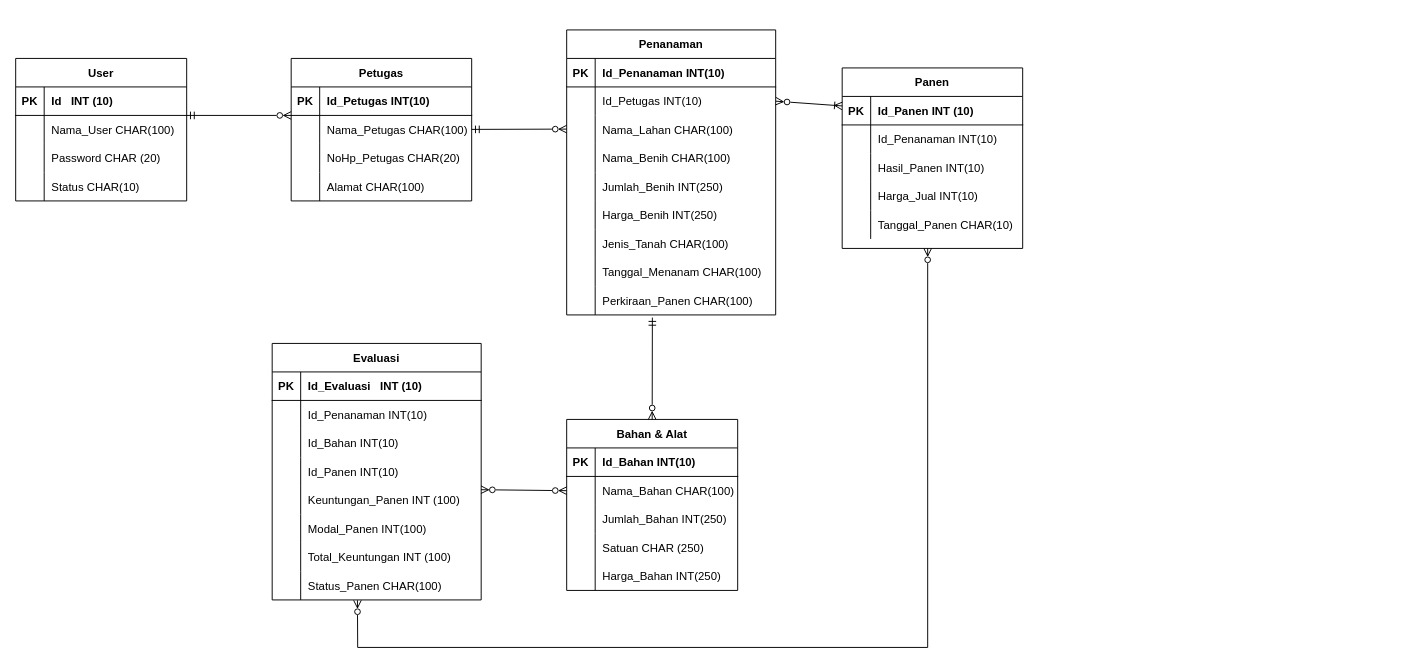
Before: pertemuan 3/Pertemuan 3.drawio in ramabhagadhara/IF214002, a draw.io diagram. Source tidied: cells renumbered, new cells numbered last; positions are measured from the earlier drawing's top-left corner, leaving out a move shared by most shapes. Both pictures are drawn from the tidied source at 95%, with x=0, y=0 at pixel (15, 29).
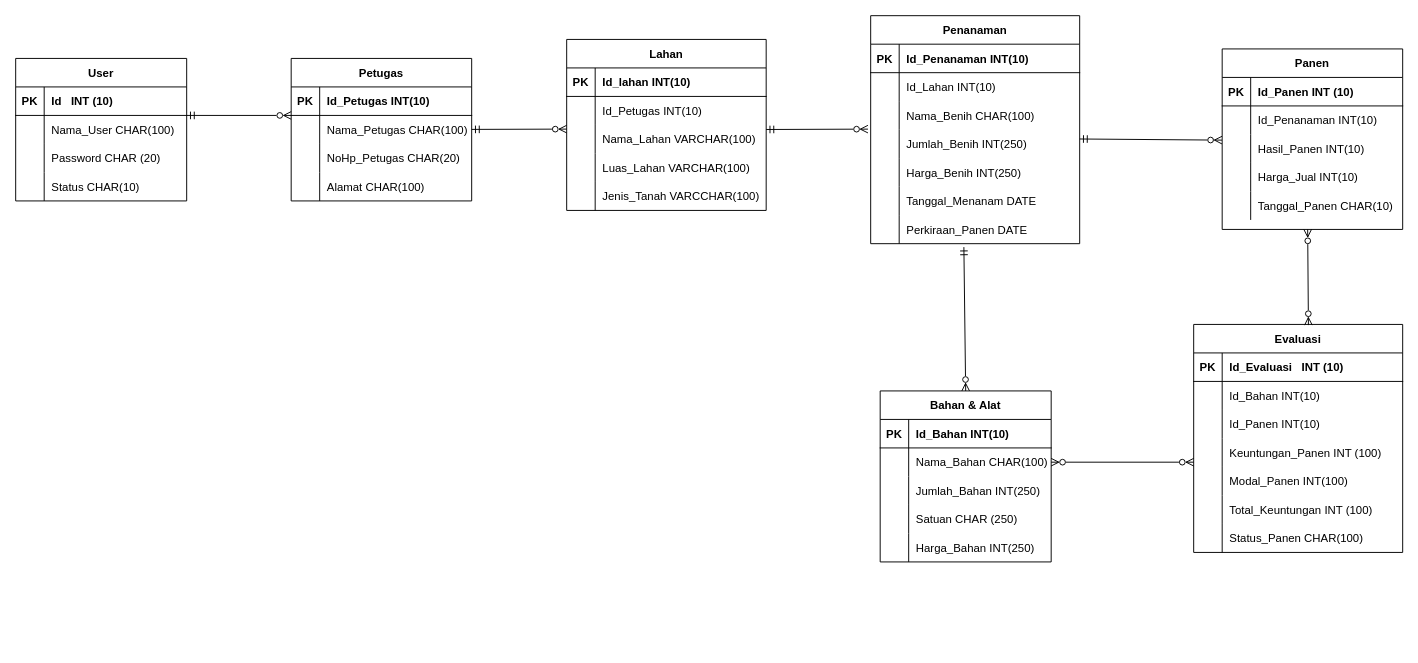
The same diagram, later.

Unchanged cells that the change refers to:
```xml
<mxCell id="9" style="shape=tableRow;horizontal=0;startSize=0;swimlaneHead=0;swimlaneBody=0;fillColor=none;points=[[0,0.5],[1,0.5]];portConstraint=eastwest;top=0;left=0;right=0;bottom=0;" parent="2" vertex="1">
  <mxGeometry y="90" width="190" height="30" as="geometry" />
</mxCell>
<mxCell id="22" style="shape=tableRow;horizontal=0;startSize=0;swimlaneHead=0;swimlaneBody=0;fillColor=none;points=[[0,0.5],[1,0.5]];portConstraint=eastwest;top=0;left=0;right=0;bottom=0;" parent="18" vertex="1">
  <mxGeometry y="60" width="220" height="30" as="geometry" />
</mxCell>
<mxCell id="76" style="shape=tableRow;horizontal=0;startSize=0;swimlaneHead=0;swimlaneBody=0;fillColor=none;points=[[0,0.5],[1,0.5]];portConstraint=eastwest;top=0;left=0;right=0;bottom=0;" parent="72" vertex="1">
  <mxGeometry y="60" width="180" height="30" as="geometry" />
</mxCell>
```

Change to the diagram source:
```diff
@@
     <mxCell id="2" value="Panen" style="shape=table;startSize=30;childLayout=tableLayout;rowLines=0;fontStyle=1;align=center;" parent="1" vertex="1">
-      <mxGeometry x="870" y="40" width="190" height="190" as="geometry" />
+      <mxGeometry x="1270" y="20" width="190" height="190" as="geometry" />
     </mxCell>
@@
     <mxCell id="18" value="Penanaman" style="shape=table;startSize=30;childLayout=tableLayout;rowLines=0;fontStyle=1;align=center;" parent="1" vertex="1">
-      <mxGeometry x="580" width="220" height="300" as="geometry" />
+      <mxGeometry x="900" y="-15" width="220" height="240" as="geometry" />
     </mxCell>
@@
-    <mxCell id="24" value="Id_Petugas INT(10)" style="shape=partialRectangle;fillColor=none;top=0;left=0;bottom=0;right=0;align=left;spacingLeft=6;overflow=hidden;" parent="22" vertex="1">
+    <mxCell id="24" value="Id_Lahan INT(10)" style="shape=partialRectangle;fillColor=none;top=0;left=0;bottom=0;right=0;align=left;spacingLeft=6;overflow=hidden;" parent="22" vertex="1">
       <mxGeometry x="30" width="190" height="30" as="geometry" />
     </mxCell>
-    <mxCell id="25" style="shape=tableRow;horizontal=0;startSize=0;swimlaneHead=0;swimlaneBody=0;fillColor=none;top=0;left=0;right=0;bottom=0;" parent="18" vertex="1">
-      <mxGeometry y="90" width="220" height="30" as="geometry" />
-    </mxCell>
-    <mxCell id="26" style="shape=partialRectangle;fillColor=none;top=0;left=0;bottom=0;right=0;overflow=hidden;" parent="25" vertex="1">
-      <mxGeometry width="30" height="30" as="geometry" />
-    </mxCell>
-    <mxCell id="27" value="Nama_Lahan CHAR(100)" style="shape=partialRectangle;fillColor=none;top=0;left=0;bottom=0;right=0;align=left;spacingLeft=6;overflow=hidden;" parent="25" vertex="1">
-      <mxGeometry x="30" width="190" height="30" as="geometry" />
-    </mxCell>
     <mxCell id="28" style="shape=tableRow;horizontal=0;startSize=0;swimlaneHead=0;swimlaneBody=0;fillColor=none;points=[[0,0.5],[1,0.5]];portConstraint=eastwest;top=0;left=0;right=0;bottom=0;" parent="18" vertex="1">
-      <mxGeometry y="120" width="220" height="30" as="geometry" />
+      <mxGeometry y="90" width="220" height="30" as="geometry" />
     </mxCell>
@@
     <mxCell id="31" style="shape=tableRow;horizontal=0;startSize=0;swimlaneHead=0;swimlaneBody=0;fillColor=none;top=0;left=0;right=0;bottom=0;" parent="18" vertex="1">
-      <mxGeometry y="150" width="220" height="30" as="geometry" />
+      <mxGeometry y="120" width="220" height="30" as="geometry" />
     </mxCell>
@@
     <mxCell id="34" style="shape=tableRow;horizontal=0;startSize=0;swimlaneHead=0;swimlaneBody=0;fillColor=none;top=0;left=0;right=0;bottom=0;" parent="18" vertex="1">
-      <mxGeometry y="180" width="220" height="30" as="geometry" />
+      <mxGeometry y="150" width="220" height="30" as="geometry" />
     </mxCell>
@@
-    <mxCell id="37" style="shape=tableRow;horizontal=0;startSize=0;swimlaneHead=0;swimlaneBody=0;fillColor=none;top=0;left=0;right=0;bottom=0;" parent="18" vertex="1">
-      <mxGeometry y="210" width="220" height="30" as="geometry" />
-    </mxCell>
-    <mxCell id="38" style="shape=partialRectangle;fillColor=none;top=0;left=0;bottom=0;right=0;overflow=hidden;" parent="37" vertex="1">
-      <mxGeometry width="30" height="30" as="geometry" />
-    </mxCell>
-    <mxCell id="39" value="Jenis_Tanah CHAR(100)" style="shape=partialRectangle;fillColor=none;top=0;left=0;bottom=0;right=0;align=left;spacingLeft=6;overflow=hidden;" parent="37" vertex="1">
-      <mxGeometry x="30" width="190" height="30" as="geometry" />
-    </mxCell>
     <mxCell id="40" style="shape=tableRow;horizontal=0;startSize=0;swimlaneHead=0;swimlaneBody=0;fillColor=none;top=0;left=0;right=0;bottom=0;" parent="18" vertex="1">
-      <mxGeometry y="240" width="220" height="30" as="geometry" />
+      <mxGeometry y="180" width="220" height="30" as="geometry" />
     </mxCell>
@@
-    <mxCell id="42" value="Tanggal_Menanam CHAR(100)" style="shape=partialRectangle;fillColor=none;top=0;left=0;bottom=0;right=0;align=left;spacingLeft=6;overflow=hidden;" parent="40" vertex="1">
+    <mxCell id="42" value="Tanggal_Menanam DATE" style="shape=partialRectangle;fillColor=none;top=0;left=0;bottom=0;right=0;align=left;spacingLeft=6;overflow=hidden;" parent="40" vertex="1">
       <mxGeometry x="30" width="190" height="30" as="geometry" />
     </mxCell>
     <mxCell id="43" style="shape=tableRow;horizontal=0;startSize=0;swimlaneHead=0;swimlaneBody=0;fillColor=none;points=[[0,0.5],[1,0.5]];portConstraint=eastwest;top=0;left=0;right=0;bottom=0;" parent="18" vertex="1">
-      <mxGeometry y="270" width="220" height="30" as="geometry" />
+      <mxGeometry y="210" width="220" height="30" as="geometry" />
     </mxCell>
@@
-    <mxCell id="45" value="Perkiraan_Panen CHAR(100)" style="shape=partialRectangle;fillColor=none;top=0;left=0;bottom=0;right=0;align=left;spacingLeft=6;overflow=hidden;" parent="43" vertex="1">
+    <mxCell id="45" value="Perkiraan_Panen DATE" style="shape=partialRectangle;fillColor=none;top=0;left=0;bottom=0;right=0;align=left;spacingLeft=6;overflow=hidden;" parent="43" vertex="1">
       <mxGeometry x="30" width="190" height="30" as="geometry" />
     </mxCell>
@@
     <mxCell id="72" value="Bahan &amp; Alat" style="shape=table;startSize=30;childLayout=tableLayout;rowLines=0;fontStyle=1;align=center;" parent="1" vertex="1">
-      <mxGeometry x="580" y="410" width="180" height="180" as="geometry" />
+      <mxGeometry x="910" y="380" width="180" height="180" as="geometry" />
     </mxCell>
@@
-    <mxCell id="90" style="endArrow=ERoneToMany;startArrow=ERzeroToMany;html=1;rounded=0;startFill=0;endFill=0;exitX=1;exitY=0.5;exitDx=0;exitDy=0;" parent="1" edge="1" source="22">
-      <mxGeometry relative="1" as="geometry">
-        <mxPoint x="870" y="80" as="targetPoint" />
-      </mxGeometry>
-    </mxCell>
-    <mxCell id="91" style="endArrow=ERzeroToMany;startArrow=ERmandOne;html=1;rounded=0;startFill=0;endFill=0;exitX=0.41;exitY=1.094;exitDx=0;exitDy=0;exitPerimeter=0;entryX=0.5;entryY=0;entryDx=0;entryDy=0;" parent="1" edge="1" source="43" target="72">
-      <mxGeometry relative="1" as="geometry" />
-    </mxCell>
     <mxCell id="92" value="Evaluasi" style="shape=table;startSize=30;childLayout=tableLayout;rowLines=0;fontStyle=1;align=center;" parent="1" vertex="1">
-      <mxGeometry x="270" y="330" width="220" height="270" as="geometry" />
+      <mxGeometry x="1240" y="310" width="220" height="240" as="geometry" />
     </mxCell>
@@
-    <mxCell id="96" style="shape=tableRow;horizontal=0;startSize=0;swimlaneHead=0;swimlaneBody=0;fillColor=none;top=0;left=0;right=0;bottom=0;" parent="92" vertex="1">
-      <mxGeometry y="60" width="220" height="30" as="geometry" />
-    </mxCell>
-    <mxCell id="97" style="shape=partialRectangle;fillColor=none;top=0;left=0;bottom=0;right=0;overflow=hidden;" parent="96" vertex="1">
-      <mxGeometry width="30" height="30" as="geometry" />
-    </mxCell>
-    <mxCell id="98" value="Id_Penanaman INT(10)" style="shape=partialRectangle;fillColor=none;top=0;left=0;bottom=0;right=0;align=left;spacingLeft=6;overflow=hidden;" parent="96" vertex="1">
-      <mxGeometry x="30" width="190" height="30" as="geometry" />
-    </mxCell>
     <mxCell id="99" style="shape=tableRow;horizontal=0;startSize=0;swimlaneHead=0;swimlaneBody=0;fillColor=none;top=0;left=0;right=0;bottom=0;" parent="92" vertex="1">
-      <mxGeometry y="90" width="220" height="30" as="geometry" />
+      <mxGeometry y="60" width="220" height="30" as="geometry" />
     </mxCell>
@@
     <mxCell id="102" style="shape=tableRow;horizontal=0;startSize=0;swimlaneHead=0;swimlaneBody=0;fillColor=none;top=0;left=0;right=0;bottom=0;" parent="92" vertex="1">
-      <mxGeometry y="120" width="220" height="30" as="geometry" />
+      <mxGeometry y="90" width="220" height="30" as="geometry" />
     </mxCell>
@@
     <mxCell id="105" style="shape=tableRow;horizontal=0;startSize=0;swimlaneHead=0;swimlaneBody=0;fillColor=none;points=[[0,0.5],[1,0.5]];portConstraint=eastwest;top=0;left=0;right=0;bottom=0;" parent="92" vertex="1">
-      <mxGeometry y="150" width="220" height="30" as="geometry" />
+      <mxGeometry y="120" width="220" height="30" as="geometry" />
     </mxCell>
@@
     <mxCell id="108" style="shape=tableRow;horizontal=0;startSize=0;swimlaneHead=0;swimlaneBody=0;fillColor=none;top=0;left=0;right=0;bottom=0;" parent="92" vertex="1">
-      <mxGeometry y="180" width="220" height="30" as="geometry" />
+      <mxGeometry y="150" width="220" height="30" as="geometry" />
     </mxCell>
@@
     <mxCell id="111" style="shape=tableRow;horizontal=0;startSize=0;swimlaneHead=0;swimlaneBody=0;fillColor=none;top=0;left=0;right=0;bottom=0;" parent="92" vertex="1">
-      <mxGeometry y="210" width="220" height="30" as="geometry" />
+      <mxGeometry y="180" width="220" height="30" as="geometry" />
     </mxCell>
@@
     <mxCell id="114" style="shape=tableRow;horizontal=0;startSize=0;swimlaneHead=0;swimlaneBody=0;fillColor=none;points=[[0,0.5],[1,0.5]];portConstraint=eastwest;top=0;left=0;right=0;bottom=0;" parent="92" vertex="1">
-      <mxGeometry y="240" width="220" height="30" as="geometry" />
+      <mxGeometry y="210" width="220" height="30" as="geometry" />
     </mxCell>
@@
-    <mxCell id="117" style="endArrow=ERzeroToMany;html=1;rounded=0;entryX=0;entryY=0.5;entryDx=0;entryDy=0;endFill=0;startArrow=ERzeroToMany;startFill=0;exitX=0.999;exitY=0.133;exitDx=0;exitDy=0;exitPerimeter=0;" parent="1" edge="1" source="105" target="76">
-      <mxGeometry relative="1" as="geometry" />
-    </mxCell>
-    <mxCell id="118" style="endArrow=ERzeroToMany;html=1;rounded=0;endFill=0;" parent="1" edge="1">
-      <mxGeometry relative="1" as="geometry">
-        <mxPoint x="960" y="650" as="sourcePoint" />
-        <mxPoint x="960" y="230" as="targetPoint" />
-      </mxGeometry>
-    </mxCell>
-    <mxCell id="119" style="endArrow=none;html=1;rounded=0;" parent="1" edge="1">
-      <mxGeometry relative="1" as="geometry">
-        <mxPoint x="360" y="650" as="sourcePoint" />
-        <mxPoint x="960" y="650" as="targetPoint" />
-      </mxGeometry>
-    </mxCell>
-    <mxCell id="120" style="endArrow=ERzeroToMany;html=1;rounded=0;startArrow=none;startFill=0;endFill=0;entryX=0.408;entryY=1.014;entryDx=0;entryDy=0;entryPerimeter=0;" parent="1" edge="1" target="114">
-      <mxGeometry relative="1" as="geometry">
-        <mxPoint x="360" y="650" as="sourcePoint" />
-      </mxGeometry>
-    </mxCell>
+    <mxCell id="121" value="Lahan" style="shape=table;startSize=30;childLayout=tableLayout;rowLines=0;fontStyle=1;align=center;" parent="1" vertex="1">
+      <mxGeometry x="580" y="10" width="210" height="180" as="geometry" />
+    </mxCell>
+    <mxCell id="122" style="shape=tableRow;horizontal=0;startSize=0;swimlaneHead=0;swimlaneBody=0;fillColor=none;top=0;left=0;right=0;bottom=1;" parent="121" vertex="1">
+      <mxGeometry y="30" width="210" height="30" as="geometry" />
+    </mxCell>
+    <mxCell id="123" value="PK" style="shape=partialRectangle;fillColor=none;top=0;left=0;bottom=0;right=0;fontStyle=1;overflow=hidden;" parent="122" vertex="1">
+      <mxGeometry width="30" height="30" as="geometry" />
+    </mxCell>
+    <mxCell id="124" value="Id_lahan INT(10)" style="shape=partialRectangle;fillColor=none;top=0;left=0;bottom=0;right=0;align=left;spacingLeft=6;fontStyle=1;overflow=hidden;" parent="122" vertex="1">
+      <mxGeometry x="30" width="180" height="30" as="geometry" />
+    </mxCell>
+    <mxCell id="125" style="shape=tableRow;horizontal=0;startSize=0;swimlaneHead=0;swimlaneBody=0;fillColor=none;top=0;left=0;right=0;bottom=0;" parent="121" vertex="1">
+      <mxGeometry y="60" width="210" height="30" as="geometry" />
+    </mxCell>
+    <mxCell id="126" style="shape=partialRectangle;fillColor=none;top=0;left=0;bottom=0;right=0;overflow=hidden;" parent="125" vertex="1">
+      <mxGeometry width="30" height="30" as="geometry" />
+    </mxCell>
+    <mxCell id="127" value="Id_Petugas INT(10)" style="shape=partialRectangle;fillColor=none;top=0;left=0;bottom=0;right=0;align=left;spacingLeft=6;overflow=hidden;" parent="125" vertex="1">
+      <mxGeometry x="30" width="180" height="30" as="geometry" />
+    </mxCell>
+    <mxCell id="128" style="shape=tableRow;horizontal=0;startSize=0;swimlaneHead=0;swimlaneBody=0;fillColor=none;top=0;left=0;right=0;bottom=0;" parent="121" vertex="1">
+      <mxGeometry y="90" width="210" height="30" as="geometry" />
+    </mxCell>
+    <mxCell id="129" style="shape=partialRectangle;fillColor=none;top=0;left=0;bottom=0;right=0;overflow=hidden;" parent="128" vertex="1">
+      <mxGeometry width="30" height="30" as="geometry" />
+    </mxCell>
+    <mxCell id="130" value="Nama_Lahan VARCHAR(100)" style="shape=partialRectangle;fillColor=none;top=0;left=0;bottom=0;right=0;align=left;spacingLeft=6;overflow=hidden;" parent="128" vertex="1">
+      <mxGeometry x="30" width="180" height="30" as="geometry" />
+    </mxCell>
+    <mxCell id="131" style="shape=tableRow;horizontal=0;startSize=0;swimlaneHead=0;swimlaneBody=0;fillColor=none;top=0;left=0;right=0;bottom=0;" parent="121" vertex="1">
+      <mxGeometry y="120" width="210" height="30" as="geometry" />
+    </mxCell>
+    <mxCell id="132" style="shape=partialRectangle;fillColor=none;top=0;left=0;bottom=0;right=0;overflow=hidden;" parent="131" vertex="1">
+      <mxGeometry width="30" height="30" as="geometry" />
+    </mxCell>
+    <mxCell id="133" value="Luas_Lahan VARCHAR(100)" style="shape=partialRectangle;fillColor=none;top=0;left=0;bottom=0;right=0;align=left;spacingLeft=6;overflow=hidden;" parent="131" vertex="1">
+      <mxGeometry x="30" width="180" height="30" as="geometry" />
+    </mxCell>
+    <mxCell id="134" style="shape=tableRow;horizontal=0;startSize=0;swimlaneHead=0;swimlaneBody=0;fillColor=none;top=0;left=0;right=0;bottom=0;" parent="121" vertex="1">
+      <mxGeometry y="150" width="210" height="30" as="geometry" />
+    </mxCell>
+    <mxCell id="135" style="shape=partialRectangle;fillColor=none;top=0;left=0;bottom=0;right=0;overflow=hidden;" parent="134" vertex="1">
+      <mxGeometry width="30" height="30" as="geometry" />
+    </mxCell>
+    <mxCell id="136" value="Jenis_Tanah VARCCHAR(100)" style="shape=partialRectangle;fillColor=none;top=0;left=0;bottom=0;right=0;align=left;spacingLeft=6;overflow=hidden;" parent="134" vertex="1">
+      <mxGeometry x="30" width="180" height="30" as="geometry" />
+    </mxCell>
+    <mxCell id="137" style="endArrow=ERzeroToMany;startArrow=ERmandOne;html=1;rounded=0;startFill=0;endFill=0;entryX=-0.013;entryY=0.981;entryDx=0;entryDy=0;entryPerimeter=0;" parent="1" edge="1" target="28">
+      <mxGeometry relative="1" as="geometry">
+        <mxPoint x="790" y="104.8" as="sourcePoint" />
+      </mxGeometry>
+    </mxCell>
+    <mxCell id="138" style="endArrow=ERzeroToMany;startArrow=ERmandOne;html=1;rounded=0;startFill=0;endFill=0;entryX=-0.001;entryY=0.2;entryDx=0;entryDy=0;entryPerimeter=0;" parent="1" edge="1" target="9">
+      <mxGeometry relative="1" as="geometry">
+        <mxPoint x="1120" y="114.8" as="sourcePoint" />
+      </mxGeometry>
+    </mxCell>
+    <mxCell id="91" style="endArrow=ERzeroToMany;startArrow=ERmandOne;html=1;rounded=0;startFill=0;endFill=0;entryX=0.5;entryY=0;entryDx=0;entryDy=0;exitX=0.446;exitY=1.121;exitDx=0;exitDy=0;exitPerimeter=0;" parent="1" edge="1" source="43" target="72">
+      <mxGeometry relative="1" as="geometry" />
+    </mxCell>
+    <mxCell id="139" style="endArrow=ERzeroToMany;html=1;rounded=0;exitX=1;exitY=0.5;exitDx=0;exitDy=0;startArrow=ERzeroToMany;startFill=0;endFill=0;" parent="1" edge="1" source="76">
+      <mxGeometry relative="1" as="geometry">
+        <mxPoint x="1240" y="455" as="targetPoint" />
+      </mxGeometry>
+    </mxCell>
+    <mxCell id="140" style="endArrow=ERzeroToMany;html=1;rounded=0;exitX=0.549;exitY=0.003;exitDx=0;exitDy=0;exitPerimeter=0;startArrow=ERzeroToMany;startFill=0;endFill=0;" parent="1" edge="1" source="92">
+      <mxGeometry relative="1" as="geometry">
+        <mxPoint x="1360" y="210" as="targetPoint" />
+      </mxGeometry>
+    </mxCell>
```
